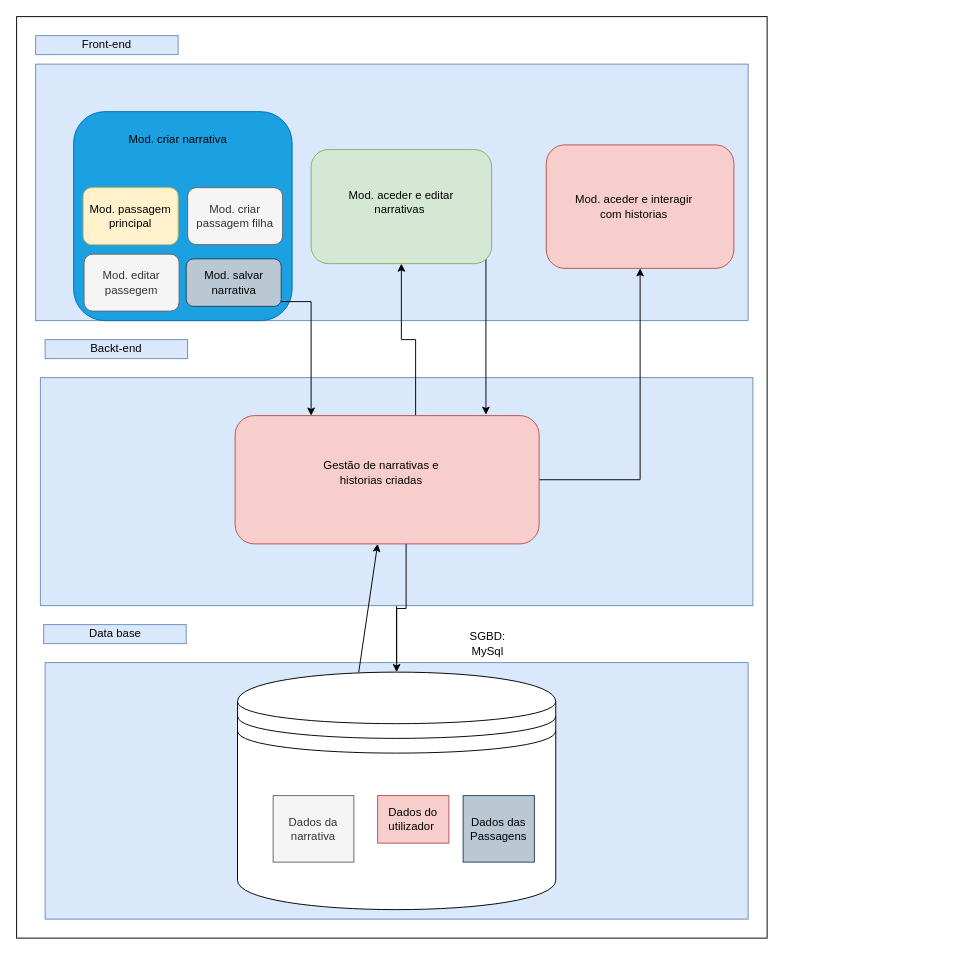
This is Mod.W.FANI/Block Diagram FANI.drawio from EdgarNeto10/FANI, a draw.io file, before an edit. Source tidied: cells renumbered, new cells numbered last; positions are measured from the earlier drawing's top-left corner, leaving out a move shared by most shapes. Both pictures are drawn from the tidied source at 95%, with x=0, y=0 at pixel (16, 16).
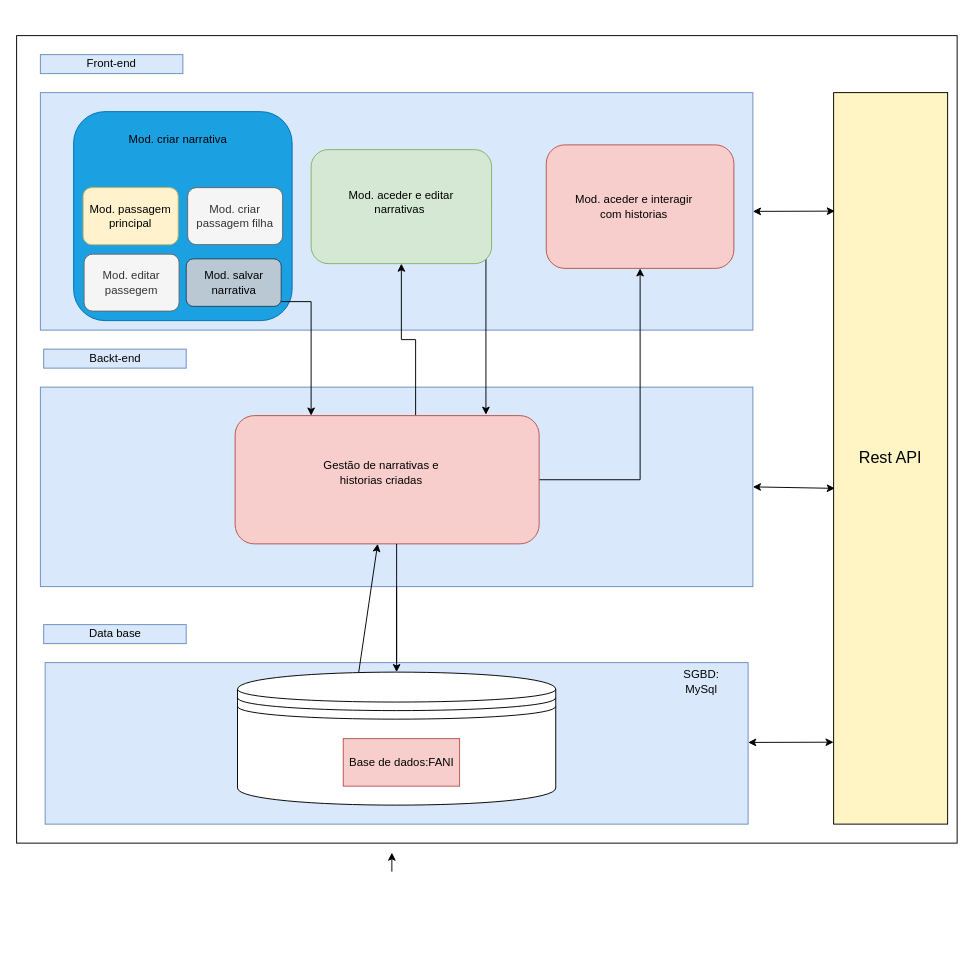
After the change.

Unchanged cells that the change refers to:
```xml
<mxCell id="13" style="rounded=1;whiteSpace=wrap;html=1;fillColor=#f8cecc;strokeColor=#b85450;" parent="1" vertex="1">
  <mxGeometry x="230" y="420" width="320" height="135" as="geometry" />
</mxCell>
```

What changed in the source:
```diff
@@
     <mxCell id="3" style="rounded=0;whiteSpace=wrap;html=1;" parent="1" vertex="1">
-      <mxGeometry width="790" height="970" as="geometry" />
+      <mxGeometry y="20" width="990" height="850" as="geometry" />
     </mxCell>
     <mxCell id="4" style="rounded=0;whiteSpace=wrap;html=1;fillColor=#dae8fc;strokeColor=#6c8ebf;" parent="1" vertex="1">
-      <mxGeometry x="20" y="50" width="750" height="270" as="geometry" />
+      <mxGeometry x="25" y="80" width="750" height="250" as="geometry" />
     </mxCell>
@@
     <mxCell id="7" value="Front-end&lt;br&gt;" style="text;html=1;strokeColor=#6c8ebf;fillColor=#dae8fc;align=center;verticalAlign=middle;whiteSpace=wrap;rounded=0;" parent="1" vertex="1">
-      <mxGeometry x="20" y="20" width="150" height="20" as="geometry" />
+      <mxGeometry x="25" y="40" width="150" height="20" as="geometry" />
     </mxCell>
     <mxCell id="8" value="Backt-end" style="text;html=1;strokeColor=#6c8ebf;fillColor=#dae8fc;align=center;verticalAlign=middle;whiteSpace=wrap;rounded=0;" parent="1" vertex="1">
-      <mxGeometry x="30" y="340" width="150" height="20" as="geometry" />
+      <mxGeometry x="28.5" y="350" width="150" height="20" as="geometry" />
     </mxCell>
@@
     <mxCell id="10" style="rounded=0;whiteSpace=wrap;html=1;fontStyle=1;fillColor=#dae8fc;strokeColor=#6c8ebf;" parent="1" vertex="1">
-      <mxGeometry x="25" y="380" width="750" height="240" as="geometry" />
+      <mxGeometry x="25" y="390" width="750" height="210" as="geometry" />
     </mxCell>
@@
     <mxCell id="15" style="rounded=0;whiteSpace=wrap;html=1;fillColor=#dae8fc;strokeColor=#6c8ebf;" parent="1" vertex="1">
-      <mxGeometry x="30" y="680" width="740" height="270" as="geometry" />
+      <mxGeometry x="30" y="680" width="740" height="170" as="geometry" />
     </mxCell>
@@
     <mxCell id="17" style="shape=datastore;whiteSpace=wrap;html=1;" parent="1" vertex="1">
-      <mxGeometry x="232.5" y="690" width="335" height="250" as="geometry" />
+      <mxGeometry x="232.5" y="690" width="335" height="140" as="geometry" />
     </mxCell>
     <mxCell id="18" value="SGBD: MySql" style="text;html=1;strokeColor=none;fillColor=none;align=center;verticalAlign=middle;whiteSpace=wrap;rounded=0;" parent="1" vertex="1">
-      <mxGeometry x="462" y="650" width="68" height="20" as="geometry" />
+      <mxGeometry x="687" y="690" width="68" height="20" as="geometry" />
     </mxCell>
-    <mxCell id="19" value="Dados da narrativa" style="text;html=1;strokeColor=#666666;fillColor=#f5f5f5;align=center;verticalAlign=middle;whiteSpace=wrap;rounded=0;fontColor=#333333;" parent="1" vertex="1">
-      <mxGeometry x="270" y="820" width="85" height="70" as="geometry" />
-    </mxCell>
-    <mxCell id="20" value="Dados do utilizador&amp;nbsp;" style="text;html=1;strokeColor=#b85450;fillColor=#f8cecc;align=center;verticalAlign=middle;whiteSpace=wrap;rounded=0;" parent="1" vertex="1">
-      <mxGeometry x="380" y="820" width="75" height="50" as="geometry" />
+    <mxCell id="20" value="Base de dados:FANI" style="text;html=1;strokeColor=#b85450;fillColor=#f8cecc;align=center;verticalAlign=middle;whiteSpace=wrap;rounded=0;" parent="1" vertex="1">
+      <mxGeometry x="343.8" y="760" width="122.5" height="50" as="geometry" />
     </mxCell>
@@
-    <mxCell id="28" value="Dados das Passagens" style="text;html=1;strokeColor=#23445d;fillColor=#bac8d3;align=center;verticalAlign=middle;whiteSpace=wrap;rounded=0;" parent="1" vertex="1">
-      <mxGeometry x="470" y="820" width="75" height="70" as="geometry" />
-    </mxCell>
@@
     <mxCell id="32" style="edgeStyle=orthogonalEdgeStyle;rounded=0;jettySize=auto;html=1;" parent="1" edge="1" source="13" target="17">
       <mxGeometry relative="1" as="geometry">
         <Array as="points">
-          <mxPoint x="410" y="623" />
-          <mxPoint x="400" y="623" />
+          <mxPoint x="400" y="590" />
+          <mxPoint x="400" y="590" />
         </Array>
       </mxGeometry>
     </mxCell>
@@
+    <mxCell id="35" value="&lt;font style=&quot;font-size: 17px&quot;&gt;Rest API&lt;/font&gt;" style="rounded=0;whiteSpace=wrap;html=1;fillColor=#FFF4C3;" parent="1" vertex="1">
+      <mxGeometry x="860" y="80" width="120" height="770" as="geometry" />
+    </mxCell>
+    <mxCell id="36" style="endArrow=classic;startArrow=classic;html=1;entryX=0;entryY=0.888;entryDx=0;entryDy=0;entryPerimeter=0;" parent="1" edge="1" source="15" target="35">
+      <mxGeometry relative="1" as="geometry" />
+    </mxCell>
+    <mxCell id="37" style="endArrow=classic;startArrow=classic;html=1;exitX=1;exitY=0.5;exitDx=0;exitDy=0;entryX=0.011;entryY=0.541;entryDx=0;entryDy=0;entryPerimeter=0;" parent="1" edge="1" source="10" target="35">
+      <mxGeometry relative="1" as="geometry" />
+    </mxCell>
+    <mxCell id="38" style="endArrow=classic;startArrow=classic;html=1;entryX=0.011;entryY=0.162;entryDx=0;entryDy=0;entryPerimeter=0;exitX=1;exitY=0.5;exitDx=0;exitDy=0;" parent="1" edge="1" source="4" target="35">
+      <mxGeometry relative="1" as="geometry" />
+    </mxCell>
```
